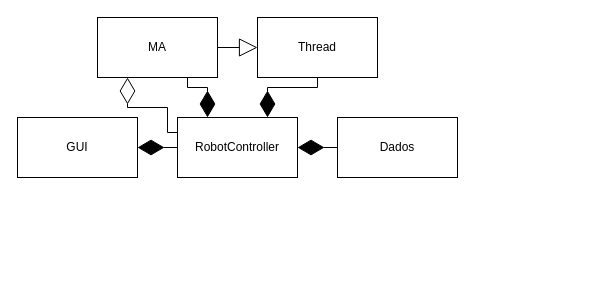
This is UML.drawio from Dexiis/FSO-TP1, a draw.io file, before an edit. Source tidied: cells renumbered, new cells numbered last; positions are measured from the earlier drawing's top-left corner, leaving out a move shared by most shapes. Both pictures are drawn from the tidied source at 100%, with x=0, y=0 at pixel (17, 17).
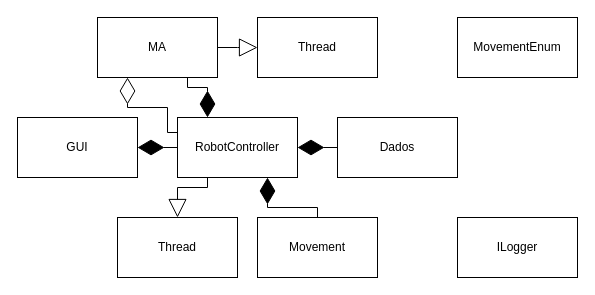
Above is the later version.

Unchanged cells that the change refers to:
```xml
<mxCell id="2" value="Dados" style="rounded=0;whiteSpace=wrap;html=1;" parent="1" vertex="1">
  <mxGeometry x="320" y="100" width="120" height="60" as="geometry" />
</mxCell>
<mxCell id="4" value="MA" style="rounded=0;whiteSpace=wrap;html=1;" parent="1" vertex="1">
  <mxGeometry x="80" width="120" height="60" as="geometry" />
</mxCell>
<mxCell id="6" value="RobotController" style="rounded=0;whiteSpace=wrap;html=1;" parent="1" vertex="1">
  <mxGeometry x="160" y="100" width="120" height="60" as="geometry" />
</mxCell>
```

Diff of the diagram source:
```diff
@@
-    <mxCell id="5" value="Thread" style="rounded=0;whiteSpace=wrap;html=1;" parent="1" vertex="1">
-      <mxGeometry x="240" width="120" height="60" as="geometry" />
-    </mxCell>
+    <mxCell id="13" value="Thread" style="rounded=0;whiteSpace=wrap;html=1;" parent="1" vertex="1">
+      <mxGeometry x="240" width="120" height="60" as="geometry" />
+    </mxCell>
@@
-    <mxCell id="8" style="endArrow=diamondThin;endFill=1;endSize=24;html=1;rounded=0;exitX=0;exitY=0.5;exitDx=0;exitDy=0;entryX=0.5;entryY=1;entryDx=0;entryDy=0;" parent="1" edge="1" source="2">
-      <mxGeometry relative="1" as="geometry">
-        <mxPoint x="280" y="130" as="targetPoint" />
-      </mxGeometry>
-    </mxCell>
+    <mxCell id="14" style="endArrow=diamondThin;endFill=1;endSize=24;html=1;rounded=0;exitX=0;exitY=0.5;exitDx=0;exitDy=0;entryX=0.5;entryY=1;entryDx=0;entryDy=0;" parent="1" edge="1" source="2">
+      <mxGeometry relative="1" as="geometry">
+        <mxPoint x="280" y="130" as="targetPoint" />
+      </mxGeometry>
+    </mxCell>
@@
-    <mxCell id="10" style="endArrow=block;endSize=16;endFill=0;html=1;rounded=0;entryX=0;entryY=0.5;entryDx=0;entryDy=0;exitX=1;exitY=0.5;exitDx=0;exitDy=0;" parent="1" edge="1" source="4" target="5">
-      <mxGeometry relative="1" as="geometry" />
-    </mxCell>
-    <mxCell id="11" style="endArrow=diamondThin;endFill=1;endSize=24;html=1;rounded=0;exitX=0.5;exitY=1;exitDx=0;exitDy=0;entryX=0.75;entryY=0;entryDx=0;entryDy=0;" parent="1" edge="1" target="6">
-      <mxGeometry relative="1" as="geometry">
-        <mxPoint x="300" y="60" as="sourcePoint" />
-        <Array as="points">
-          <mxPoint x="300" y="70" />
-          <mxPoint x="250" y="70" />
-        </Array>
-      </mxGeometry>
-    </mxCell>
+    <mxCell id="15" style="endArrow=block;endSize=16;endFill=0;html=1;rounded=0;entryX=0;entryY=0.5;entryDx=0;entryDy=0;exitX=1;exitY=0.5;exitDx=0;exitDy=0;" parent="1" edge="1" source="4" target="13">
+      <mxGeometry relative="1" as="geometry">
+        <Array as="points">
+          <mxPoint x="220" y="30" />
+        </Array>
+      </mxGeometry>
+    </mxCell>
@@
+    <mxCell id="16" value="Thread" style="rounded=0;whiteSpace=wrap;html=1;" parent="1" vertex="1">
+      <mxGeometry x="100" y="200" width="120" height="60" as="geometry" />
+    </mxCell>
+    <mxCell id="17" value="Movement" style="rounded=0;whiteSpace=wrap;html=1;" parent="1" vertex="1">
+      <mxGeometry x="240" y="200" width="120" height="60" as="geometry" />
+    </mxCell>
+    <mxCell id="18" style="endArrow=block;endSize=16;endFill=0;html=1;rounded=0;entryX=0.5;entryY=0;entryDx=0;entryDy=0;exitX=0.25;exitY=1;exitDx=0;exitDy=0;" parent="1" edge="1" source="6" target="16">
+      <mxGeometry relative="1" as="geometry">
+        <Array as="points">
+          <mxPoint x="190" y="170" />
+          <mxPoint x="160" y="170" />
+        </Array>
+      </mxGeometry>
+    </mxCell>
+    <mxCell id="19" style="endArrow=diamondThin;endFill=1;endSize=24;html=1;rounded=0;exitX=0.5;exitY=0;exitDx=0;exitDy=0;entryX=0.75;entryY=1;entryDx=0;entryDy=0;" parent="1" edge="1" source="17" target="6">
+      <mxGeometry relative="1" as="geometry">
+        <Array as="points">
+          <mxPoint x="300" y="190" />
+          <mxPoint x="250" y="190" />
+        </Array>
+      </mxGeometry>
+    </mxCell>
+    <mxCell id="20" value="MovementEnum" style="rounded=0;whiteSpace=wrap;html=1;" parent="1" vertex="1">
+      <mxGeometry x="440" width="120" height="60" as="geometry" />
+    </mxCell>
+    <mxCell id="21" value="ILogger" style="rounded=0;whiteSpace=wrap;html=1;" parent="1" vertex="1">
+      <mxGeometry x="440" y="200" width="120" height="60" as="geometry" />
+    </mxCell>
```
